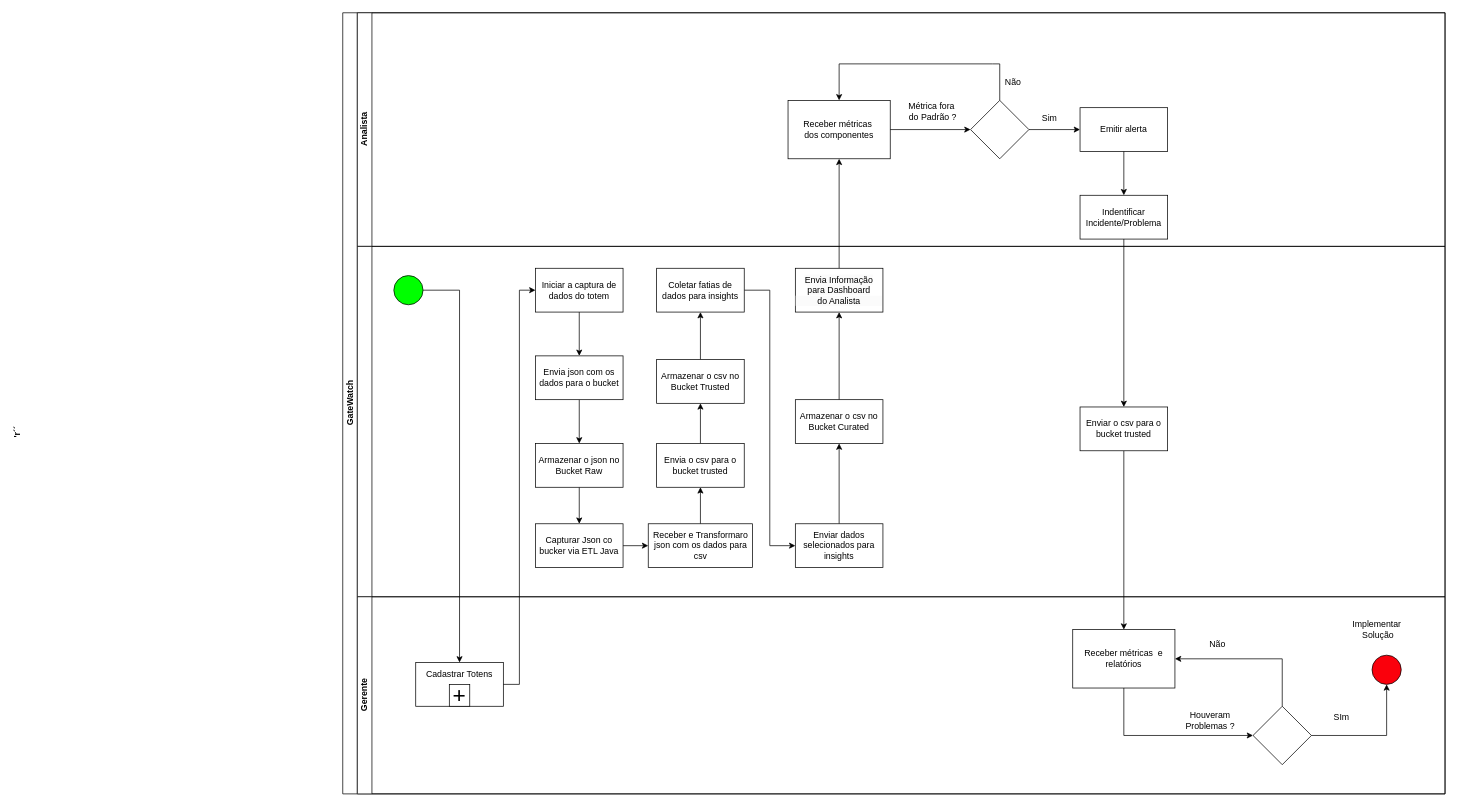
Above: Documentação/BPMN/BPMNGateWatch.drawio in Gate-Watch/Gate-Watch (draw.io), before the change. Source tidied: cells renumbered, new cells numbered last; positions are measured from the earlier drawing's top-left corner, leaving out a move shared by most shapes. Both pictures are drawn from the tidied source at 73%, with x=0, y=0 at pixel (342, 12).
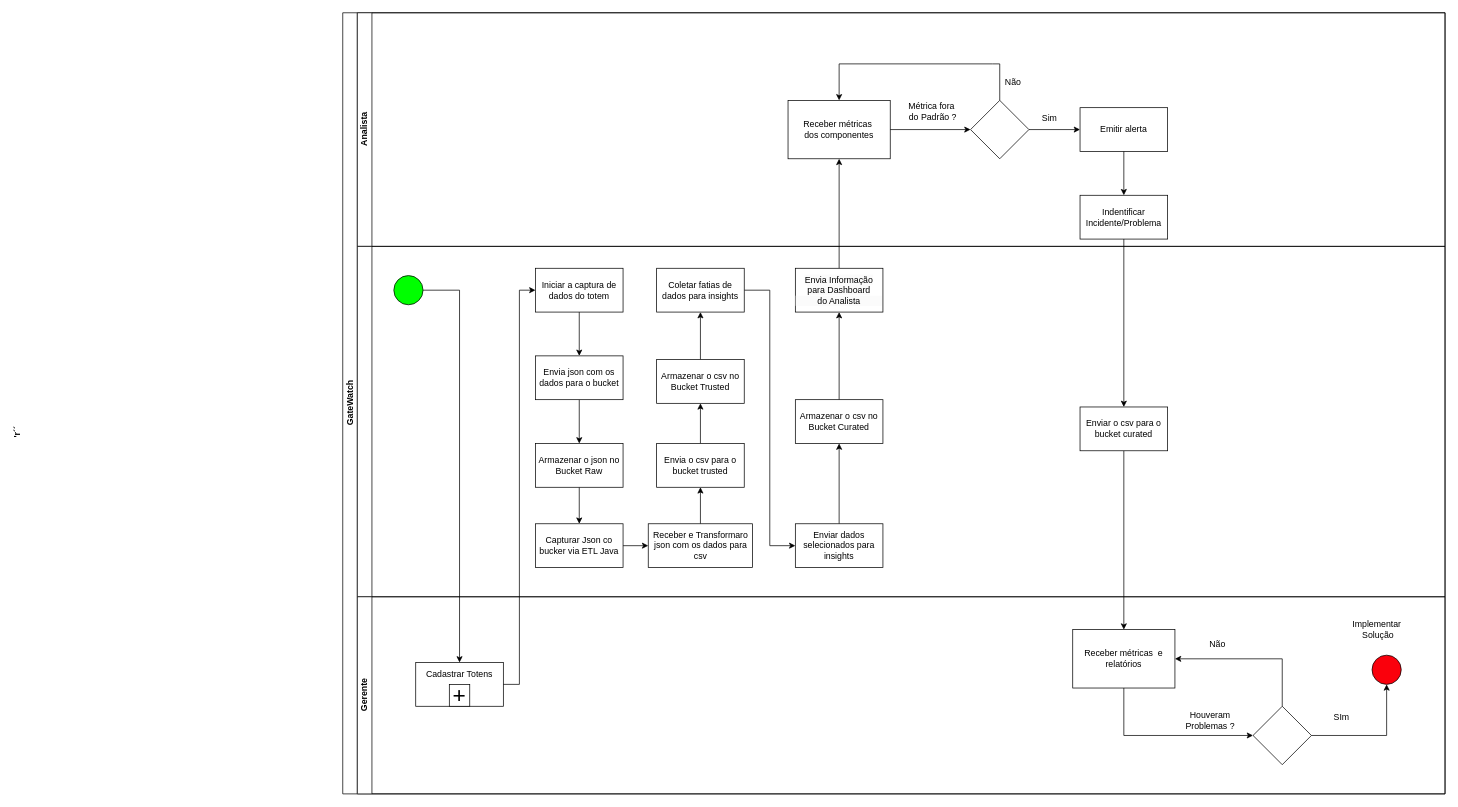
Above is the later version.

Commit message (it also covers changes not shown here):
bpmn validado

Unchanged cells that the change refers to:
```xml
<mxCell id="19" value="'r´´&amp;nbsp; &amp;nbsp; &amp;nbsp; &amp;nbsp; &amp;nbsp;&lt;div&gt;&lt;br&gt;&lt;/div&gt;&lt;div&gt;&lt;br&gt;&lt;/div&gt;&lt;div&gt;&lt;br&gt;&lt;/div&gt;&lt;div&gt;&lt;br&gt;&lt;/div&gt;&lt;div&gt;&lt;br&gt;&lt;/div&gt;&lt;div&gt;&lt;br&gt;&lt;/div&gt;&lt;div&gt;&lt;br&gt;&lt;/div&gt;&lt;div&gt;&lt;br&gt;&lt;/div&gt;&lt;div&gt;&lt;br&gt;&lt;/div&gt;&lt;div&gt;&lt;br&gt;&lt;/div&gt;&lt;div&gt;&lt;br&gt;&lt;/div&gt;&lt;div&gt;&lt;br&gt;&lt;/div&gt;&lt;div&gt;&lt;br&gt;&lt;/div&gt;&lt;div&gt;&lt;br&gt;&lt;/div&gt;&lt;div&gt;&lt;br&gt;&lt;/div&gt;&lt;div&gt;&lt;br&gt;&lt;/div&gt;&lt;div&gt;&lt;br&gt;&lt;/div&gt;&lt;div&gt;&lt;br&gt;&lt;/div&gt;&lt;div&gt;&lt;br&gt;&lt;/div&gt;&lt;div&gt;&lt;br&gt;&lt;/div&gt;&lt;div&gt;&lt;br&gt;&lt;/div&gt;&lt;div&gt;&lt;br&gt;&lt;/div&gt;&lt;div&gt;&lt;br&gt;&lt;/div&gt;&lt;div&gt;&lt;br&gt;&lt;/div&gt;&lt;div&gt;&lt;br&gt;&lt;/div&gt;&lt;div&gt;&lt;br&gt;&lt;/div&gt;&lt;div&gt;&lt;br&gt;&lt;/div&gt;&lt;div&gt;&lt;br&gt;&lt;/div&gt;&lt;div&gt;&lt;br&gt;&lt;/div&gt;&lt;div&gt;&lt;br&gt;&lt;/div&gt;&lt;div&gt;&lt;br&gt;&lt;/div&gt;&lt;div&gt;&lt;br&gt;&lt;/div&gt;&lt;div&gt;&lt;br&gt;&lt;/div&gt;&lt;div&gt;&lt;br&gt;&lt;/div&gt;&lt;div&gt;&lt;br&gt;&lt;/div&gt;&lt;div&gt;&lt;br&gt;&lt;/div&gt;&lt;div&gt;&lt;br&gt;&lt;/div&gt;&lt;div&gt;&lt;br&gt;&lt;/div&gt;&lt;div&gt;&lt;br&gt;&lt;/div&gt;&lt;div&gt;&lt;br&gt;&lt;/div&gt;&lt;div&gt;&lt;br&gt;&lt;/div&gt;&lt;div&gt;&lt;br&gt;&lt;/div&gt;&lt;div&gt;&lt;br&gt;&lt;/div&gt;&lt;div&gt;&lt;br&gt;&lt;/div&gt;&lt;div&gt;&lt;br&gt;&lt;/div&gt;&lt;div&gt;&lt;br&gt;&lt;/div&gt;&lt;div&gt;&lt;br&gt;&lt;/div&gt;&lt;div&gt;&lt;br&gt;&lt;/div&gt;&lt;div&gt;&lt;br&gt;&lt;/div&gt;&lt;div&gt;&lt;br&gt;&lt;/div&gt;&lt;div&gt;&lt;br&gt;&lt;/div&gt;&lt;div&gt;&lt;br&gt;&lt;/div&gt;&lt;div&gt;&lt;br&gt;&lt;/div&gt;&lt;div&gt;&lt;br&gt;&lt;/div&gt;&lt;div&gt;&lt;br&gt;&lt;/div&gt;&lt;div&gt;&lt;br&gt;&lt;/div&gt;&lt;div&gt;&lt;br&gt;&lt;/div&gt;&lt;div&gt;&lt;br&gt;&lt;/div&gt;&lt;div&gt;&lt;br&gt;&lt;/div&gt;&lt;div&gt;&lt;br&gt;&lt;/div&gt;&lt;div&gt;&lt;br&gt;&lt;/div&gt;&lt;div&gt;&lt;br&gt;&lt;/div&gt;&lt;div&gt;&lt;br&gt;&lt;/div&gt;&lt;div&gt;&lt;br&gt;&lt;/div&gt;&lt;div&gt;&lt;br&gt;&lt;/div&gt;&lt;div&gt;&lt;br&gt;&lt;/div&gt;" style="swimlane;html=1;startSize=20;horizontal=0;" parent="2" vertex="1">
  <mxGeometry x="20" y="320" width="1490" height="480" as="geometry" />
</mxCell>
```

What changed in the source:
```diff
@@
-    <mxCell id="42" value="Enviar o csv para o bucket trusted" style="whiteSpace=wrap;html=1;rounded=0;" parent="19" vertex="1">
+    <mxCell id="42" value="Enviar o csv para o bucket curated" style="whiteSpace=wrap;html=1;rounded=0;" parent="19" vertex="1">
       <mxGeometry x="990" y="220" width="120" height="60" as="geometry" />
     </mxCell>
```
